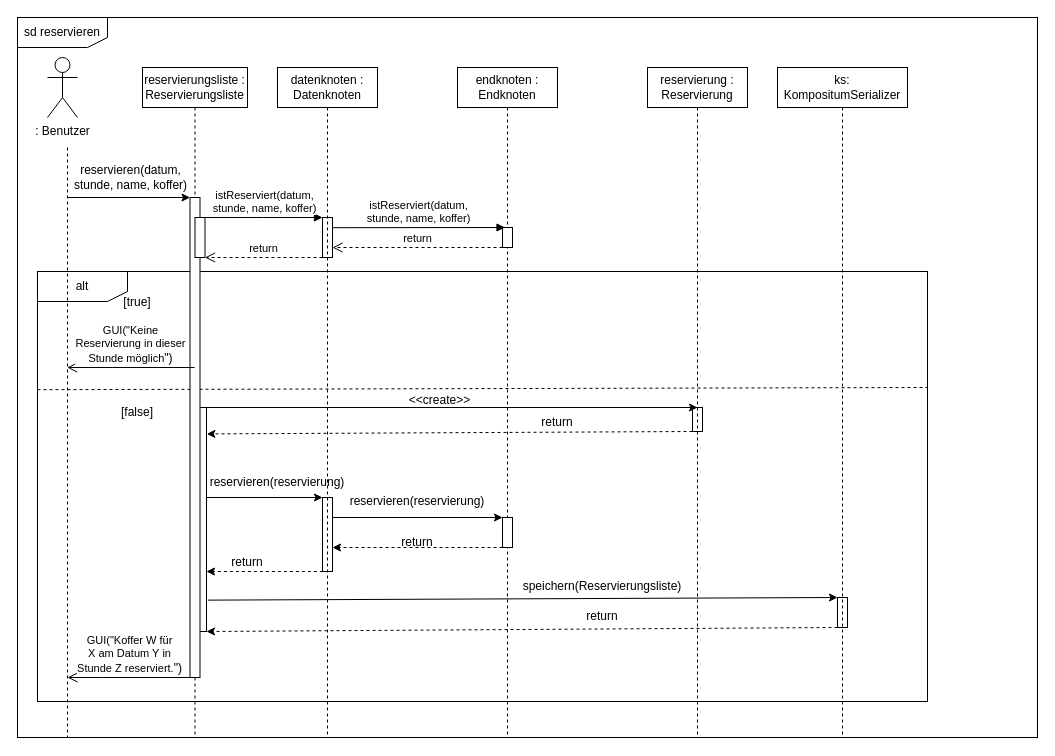
Klette80/Ipadkofferleihsystem keeps this draw.io diagram as Sequenzdiagramm.drawio. Above is the earlier version. Source tidied: cells renumbered, new cells numbered last; positions are measured from the earlier drawing's top-left corner, leaving out a move shared by most shapes. Both pictures are drawn from the tidied source at 100%, with x=0, y=0 at pixel (17, 17).
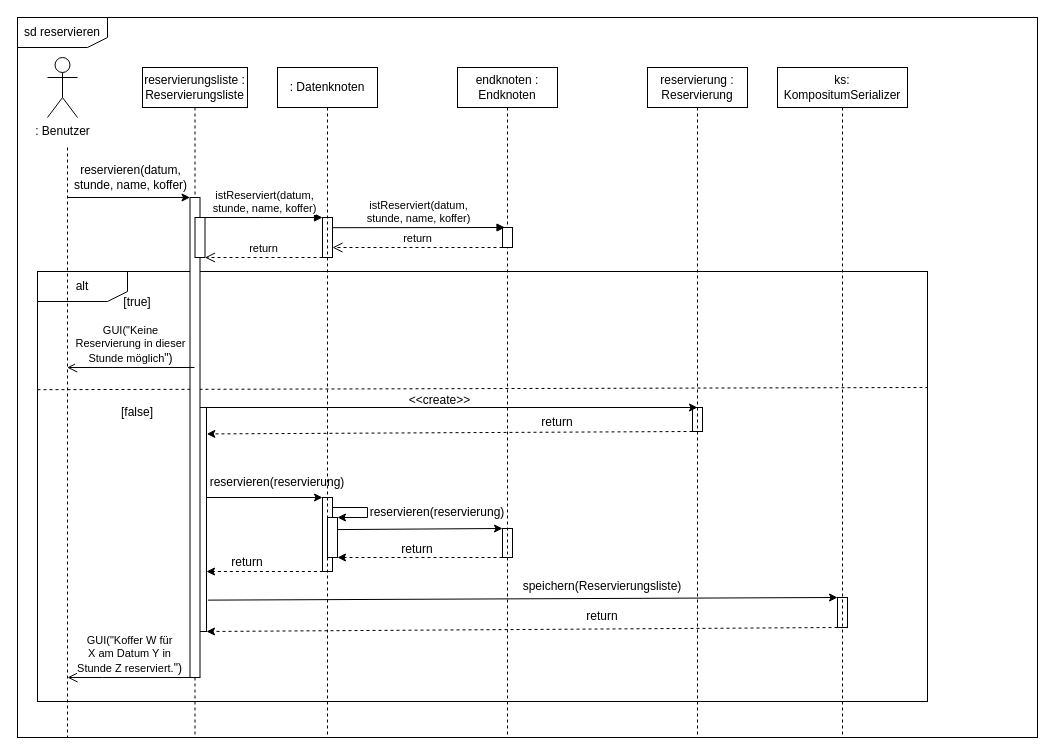
The same diagram, later.

The change refers to these unchanged cells:
```xml
<mxCell id="3" style="group;dashed=1;" parent="1" vertex="1">
  <mxGeometry x="20" y="254" width="940" height="460" as="geometry" />
</mxCell>
<mxCell id="28" style="html=1;points=[];perimeter=orthogonalPerimeter;outlineConnect=0;targetShapes=umlLifeline;portConstraint=eastwest;newEdgeStyle={&quot;edgeStyle&quot;:&quot;elbowEdgeStyle&quot;,&quot;elbow&quot;:&quot;vertical&quot;,&quot;curved&quot;:0,&quot;rounded&quot;:0};direction=west;fillColor=#FFFFFF;" parent="3" vertex="1">
  <mxGeometry x="285" y="226" width="10" height="74" as="geometry" />
</mxCell>
<mxCell id="37" value="&lt;div&gt;endknoten : Endknoten &lt;/div&gt;" style="shape=umlLifeline;perimeter=lifelinePerimeter;whiteSpace=wrap;html=1;newEdgeStyle={&quot;edgeStyle&quot;:&quot;elbowEdgeStyle&quot;,&quot;elbow&quot;:&quot;vertical&quot;,&quot;curved&quot;:0,&quot;rounded&quot;:0};" parent="1" vertex="1">
  <mxGeometry x="440" y="50" width="100" height="670" as="geometry" />
</mxCell>
```

Change to the diagram source:
```diff
@@
     <mxCell id="16" value="reservieren(reservierung)" style="text;html=1;strokeColor=none;fillColor=none;align=center;verticalAlign=middle;whiteSpace=wrap;rounded=0;" parent="3" vertex="1">
-      <mxGeometry x="350" y="215" width="60" height="30" as="geometry" />
+      <mxGeometry x="370" y="226" width="60" height="30" as="geometry" />
     </mxCell>
-    <mxCell id="17" style="endArrow=classic;html=1;rounded=0;dashed=1;" parent="3" edge="1">
-      <mxGeometry relative="1" as="geometry">
-        <mxPoint x="465" y="276" as="sourcePoint" />
-        <mxPoint x="295" y="276" as="targetPoint" />
-      </mxGeometry>
-    </mxCell>
     <mxCell id="18" value="return" style="text;html=1;strokeColor=none;fillColor=none;align=center;verticalAlign=middle;whiteSpace=wrap;rounded=0;" parent="3" vertex="1">
-      <mxGeometry x="350" y="256" width="60" height="30" as="geometry" />
+      <mxGeometry x="350" y="263" width="60" height="30" as="geometry" />
     </mxCell>
@@
+    <mxCell id="38" style="html=1;points=[];perimeter=orthogonalPerimeter;outlineConnect=0;targetShapes=umlLifeline;portConstraint=eastwest;newEdgeStyle={&quot;edgeStyle&quot;:&quot;elbowEdgeStyle&quot;,&quot;elbow&quot;:&quot;vertical&quot;,&quot;curved&quot;:0,&quot;rounded&quot;:0};direction=west;" parent="3" vertex="1">
+      <mxGeometry x="465" y="257" width="10" height="29" as="geometry" />
+    </mxCell>
+    <mxCell id="51" style="endArrow=classic;html=1;rounded=0;exitX=0.987;exitY=0.302;exitDx=0;exitDy=0;exitPerimeter=0;" parent="3" edge="1" source="54">
+      <mxGeometry relative="1" as="geometry">
+        <mxPoint x="465" y="257" as="targetPoint" />
+      </mxGeometry>
+    </mxCell>
@@
-    <mxCell id="38" style="html=1;points=[];perimeter=orthogonalPerimeter;outlineConnect=0;targetShapes=umlLifeline;portConstraint=eastwest;newEdgeStyle={&quot;edgeStyle&quot;:&quot;elbowEdgeStyle&quot;,&quot;elbow&quot;:&quot;vertical&quot;,&quot;curved&quot;:0,&quot;rounded&quot;:0};direction=west;" parent="37" vertex="1">
-      <mxGeometry x="45" y="450" width="10" height="30" as="geometry" />
-    </mxCell>
@@
-    <mxCell id="51" style="endArrow=classic;html=1;rounded=0;" parent="1" edge="1" source="28">
-      <mxGeometry relative="1" as="geometry">
-        <mxPoint x="485" y="500" as="targetPoint" />
-      </mxGeometry>
-    </mxCell>
-    <mxCell id="52" value="datenknoten : Datenknoten " style="shape=umlLifeline;perimeter=lifelinePerimeter;whiteSpace=wrap;html=1;newEdgeStyle={&quot;edgeStyle&quot;:&quot;elbowEdgeStyle&quot;,&quot;elbow&quot;:&quot;vertical&quot;,&quot;curved&quot;:0,&quot;rounded&quot;:0};" parent="1" vertex="1">
+    <mxCell id="52" value=": Datenknoten " style="shape=umlLifeline;perimeter=lifelinePerimeter;whiteSpace=wrap;html=1;newEdgeStyle={&quot;edgeStyle&quot;:&quot;elbowEdgeStyle&quot;,&quot;elbow&quot;:&quot;vertical&quot;,&quot;curved&quot;:0,&quot;rounded&quot;:0};" parent="1" vertex="1">
       <mxGeometry x="260" y="50" width="100" height="670" as="geometry" />
     </mxCell>
+    <mxCell id="53" style="endArrow=classic;html=1;rounded=0;" parent="1" edge="1">
+      <mxGeometry relative="1" as="geometry">
+        <mxPoint x="315" y="490" as="sourcePoint" />
+        <mxPoint x="320" y="500" as="targetPoint" />
+        <Array as="points">
+          <mxPoint x="350" y="490" />
+          <mxPoint x="350" y="500" />
+        </Array>
+      </mxGeometry>
+    </mxCell>
+    <mxCell id="54" style="rounded=0;whiteSpace=wrap;html=1;" parent="1" vertex="1">
+      <mxGeometry x="310" y="500" width="10" height="40" as="geometry" />
+    </mxCell>
+    <mxCell id="17" style="endArrow=classic;html=1;rounded=0;dashed=1;entryX=1;entryY=1;entryDx=0;entryDy=0;" parent="1" edge="1" source="38" target="54">
+      <mxGeometry relative="1" as="geometry" />
+    </mxCell>
```
